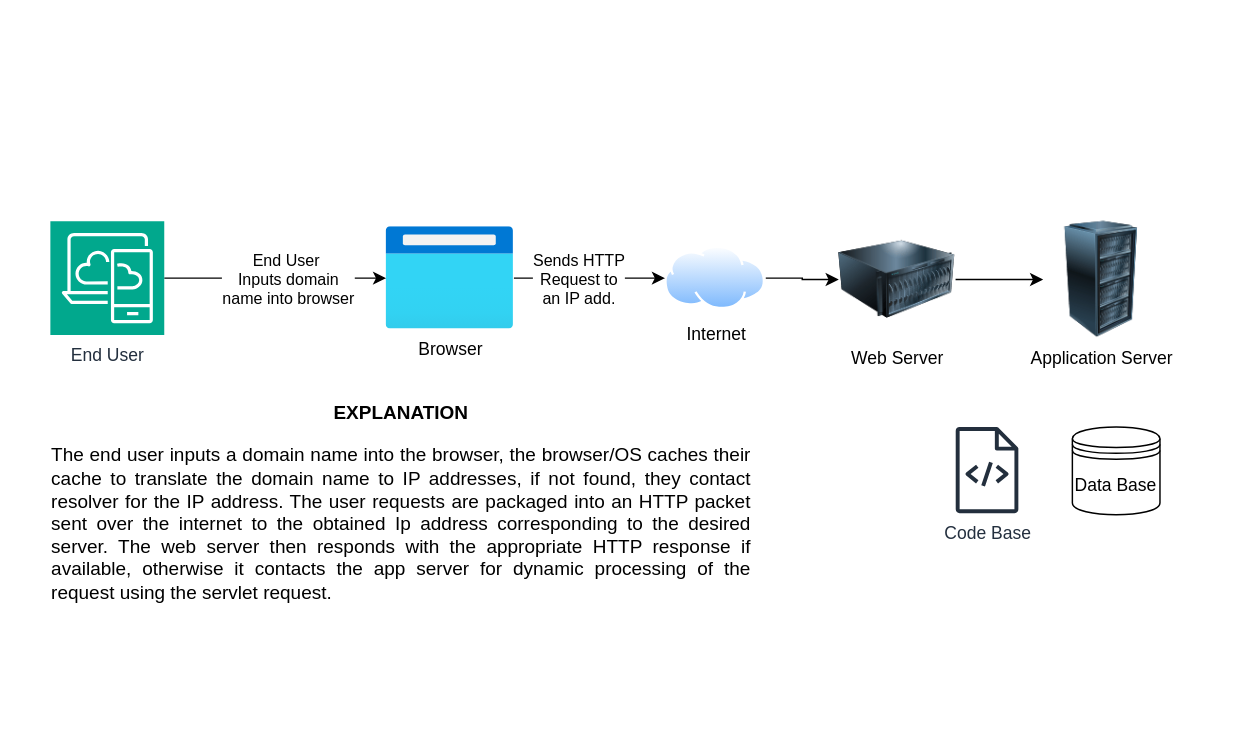
Earlier version of the draw.io diagram web_static/HBnB Infrastructure Design.drawio (Usool-Data-Science/AirBnB_clone). Source tidied: cells renumbered, new cells numbered last; positions are measured from the earlier drawing's top-left corner, leaving out a move shared by most shapes. Both pictures are drawn from the tidied source at 146%, with x=0, y=0 at pixel (50, 220).
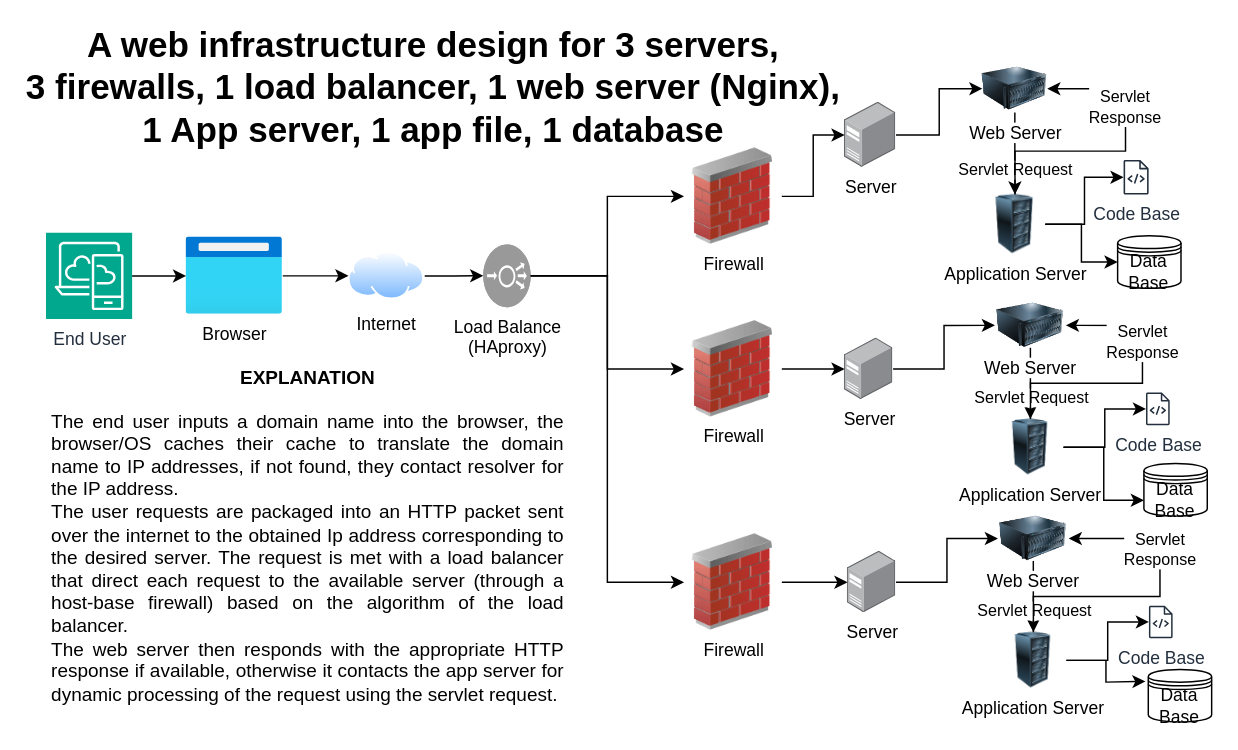
After the change.

Change to the diagram source:
```diff
@@
+    <mxCell id="15" value="&lt;h3 style=&quot;&quot;&gt;&lt;span style=&quot;background-color: initial;&quot;&gt;&lt;font style=&quot;font-size: 13px;&quot;&gt;EXPLANATION&lt;/font&gt;&lt;/span&gt;&lt;/h3&gt;&lt;div style=&quot;text-align: justify;&quot;&gt;&lt;span style=&quot;background-color: initial;&quot;&gt;&lt;font style=&quot;font-size: 13px;&quot;&gt;The end user inputs a domain name into the browser, the browser/OS caches their cache to translate the domain name to IP addresses, if not found, they contact resolver for the IP address.&amp;nbsp;&lt;/font&gt;&lt;/span&gt;&lt;/div&gt;&lt;div style=&quot;text-align: justify;&quot;&gt;&lt;span style=&quot;background-color: initial;&quot;&gt;&lt;font style=&quot;font-size: 13px;&quot;&gt;The user requests are packaged into an HTTP packet sent over the internet to the obtained Ip address corresponding to the desired server. The request is met with a load balancer that direct each request to the available server (through a host-base firewall) based on the algorithm of the load balancer.&lt;/font&gt;&lt;/span&gt;&lt;/div&gt;&lt;div style=&quot;text-align: justify;&quot;&gt;&lt;span style=&quot;background-color: initial;&quot;&gt;&lt;font style=&quot;font-size: 13px;&quot;&gt;The web server then responds with the appropriate HTTP response if available, otherwise it contacts the app server for dynamic processing of the request using the servlet request.&lt;/font&gt;&lt;/span&gt;&lt;/div&gt;" style="text;html=1;align=center;verticalAlign=middle;whiteSpace=wrap;rounded=0;" parent="1" vertex="1">
+      <mxGeometry y="120" width="353" height="175" as="geometry" />
+    </mxCell>
+    <mxCell id="16" value="A web infrastructure design for 3 servers,&lt;br&gt;3 firewalls,&amp;nbsp;1 load balancer,&amp;nbsp;1 web server (Nginx),&lt;br&gt;1 App server,&amp;nbsp;1 app file, 1 database" style="text;strokeColor=none;fillColor=none;html=1;fontSize=24;fontStyle=1;verticalAlign=middle;align=center;" parent="1" vertex="1">
+      <mxGeometry x="192" y="-111" width="139" height="40" as="geometry" />
+    </mxCell>
+    <mxCell id="17" style="group;" parent="1" vertex="1">
+      <mxGeometry x="544" y="-107" width="230.4" height="153" as="geometry" />
+    </mxCell>
+    <mxCell id="18" value="Server" style="image;points=[];html=1;align=center;shadow=0;dashed=0;image=img/lib/allied_telesis/computer_and_terminals/Server_Desktop.svg;" parent="17" vertex="1">
+      <mxGeometry y="25.6" width="35.2" height="44.7" as="geometry" />
+    </mxCell>
+    <mxCell id="19" style="group;" parent="17" vertex="1">
+      <mxGeometry x="94.4" width="136" height="153" as="geometry" />
+    </mxCell>
+    <mxCell id="20" value="Application Server" style="image;html=1;image=img/lib/clip_art/computers/Server_Rack_128x128.png;" parent="19" vertex="1">
+      <mxGeometry x="1.5" y="88.7" width="41.5" height="40.8" as="geometry" />
+    </mxCell>
+    <mxCell id="21" style="edgeStyle=orthogonalEdgeStyle;rounded=0;jettySize=auto;html=1;" parent="19" edge="1" source="23" target="20">
+      <mxGeometry relative="1" as="geometry" />
+    </mxCell>
+    <mxCell id="22" value="Servlet Request" style="edgeLabel;html=1;align=center;verticalAlign=middle;" parent="21" vertex="1">
+      <mxGeometry x="0.38" relative="1" as="geometry" />
+    </mxCell>
+    <mxCell id="23" value="Web Server" style="image;html=1;image=img/lib/clip_art/computers/Server_128x128.png;" parent="19" vertex="1">
+      <mxGeometry width="44.4" height="32.5" as="geometry" />
+    </mxCell>
+    <mxCell id="24" style="edgeStyle=orthogonalEdgeStyle;rounded=0;jettySize=auto;html=1;entryX=1;entryY=0.5;entryDx=0;entryDy=0;" parent="19" edge="1" source="20" target="23">
+      <mxGeometry relative="1" as="geometry">
+        <Array as="points">
+          <mxPoint x="22" y="59" />
+          <mxPoint x="98" y="59" />
+          <mxPoint x="98" y="16" />
+        </Array>
+      </mxGeometry>
+    </mxCell>
+    <mxCell id="25" value="Servlet&lt;br&gt;Response" style="edgeLabel;html=1;align=center;verticalAlign=middle;" parent="24" vertex="1">
+      <mxGeometry x="0.35" y="1" relative="1" as="geometry" />
+    </mxCell>
+    <mxCell id="26" value="Data Base" style="shape=datastore;whiteSpace=wrap;html=1;" parent="19" vertex="1">
+      <mxGeometry x="92.6" y="117" width="43.4" height="36" as="geometry" />
+    </mxCell>
+    <mxCell id="27" style="edgeStyle=orthogonalEdgeStyle;rounded=0;jettySize=auto;html=1;entryX=0;entryY=0.5;entryDx=0;entryDy=0;" parent="19" edge="1" source="20" target="26">
+      <mxGeometry relative="1" as="geometry" />
+    </mxCell>
+    <mxCell id="28" value="Code Base" style="sketch=0;outlineConnect=0;fontColor=#232F3E;gradientColor=none;fillColor=#232F3D;strokeColor=none;dashed=0;verticalLabelPosition=bottom;verticalAlign=top;align=center;html=1;fontSize=12;fontStyle=0;shape=mxgraph.aws4.source_code;" parent="19" vertex="1">
+      <mxGeometry x="96.6" y="65.1" width="17.3" height="23.6" as="geometry" />
+    </mxCell>
+    <mxCell id="29" style="edgeStyle=orthogonalEdgeStyle;rounded=0;jettySize=auto;html=1;" parent="19" edge="1" source="20" target="28">
+      <mxGeometry relative="1" as="geometry" />
+    </mxCell>
+    <mxCell id="30" style="edgeStyle=orthogonalEdgeStyle;rounded=0;jettySize=auto;html=1;entryX=0;entryY=0.5;entryDx=0;entryDy=0;" parent="17" edge="1" source="18" target="23">
+      <mxGeometry relative="1" as="geometry" />
+    </mxCell>
+    <mxCell id="31" style="group;" parent="1" vertex="1">
+      <mxGeometry x="546" y="202" width="226" height="118" as="geometry" />
+    </mxCell>
+    <mxCell id="32" value="Server" style="image;points=[];html=1;align=center;shadow=0;dashed=0;image=img/lib/allied_telesis/computer_and_terminals/Server_Desktop.svg;" parent="31" vertex="1">
+      <mxGeometry y="24.2" width="33.2" height="42.1" as="geometry" />
+    </mxCell>
+    <mxCell id="33" style="group;" parent="31" vertex="1">
+      <mxGeometry x="103" width="123" height="118" as="geometry" />
+    </mxCell>
+    <mxCell id="34" value="Application Server" style="image;html=1;image=img/lib/clip_art/computers/Server_Rack_128x128.png;" parent="33" vertex="1">
+      <mxGeometry x="1.6" y="79.5" width="45.3" height="38.5" as="geometry" />
+    </mxCell>
+    <mxCell id="35" style="edgeStyle=orthogonalEdgeStyle;rounded=0;jettySize=auto;html=1;" parent="33" edge="1" source="37" target="34">
+      <mxGeometry relative="1" as="geometry" />
+    </mxCell>
+    <mxCell id="36" value="Servlet Request" style="edgeLabel;html=1;align=center;verticalAlign=middle;" parent="35" vertex="1">
+      <mxGeometry x="0.38" relative="1" as="geometry" />
+    </mxCell>
+    <mxCell id="37" value="Web Server" style="image;html=1;image=img/lib/clip_art/computers/Server_128x128.png;" parent="33" vertex="1">
+      <mxGeometry width="48.5" height="30.7" as="geometry" />
+    </mxCell>
+    <mxCell id="38" style="edgeStyle=orthogonalEdgeStyle;rounded=0;jettySize=auto;html=1;entryX=1;entryY=0.5;entryDx=0;entryDy=0;" parent="33" edge="1" source="34" target="37">
+      <mxGeometry relative="1" as="geometry">
+        <Array as="points">
+          <mxPoint x="24" y="55" />
+          <mxPoint x="111" y="55" />
+          <mxPoint x="111" y="15" />
+        </Array>
+      </mxGeometry>
+    </mxCell>
+    <mxCell id="39" value="Servlet&lt;br&gt;Response" style="edgeLabel;html=1;align=center;verticalAlign=middle;" parent="38" vertex="1">
+      <mxGeometry x="0.35" y="1" relative="1" as="geometry" />
+    </mxCell>
+    <mxCell id="40" style="edgeStyle=orthogonalEdgeStyle;rounded=0;jettySize=auto;html=1;entryX=0;entryY=0.5;entryDx=0;entryDy=0;" parent="33" edge="1" source="34">
+      <mxGeometry relative="1" as="geometry">
+        <mxPoint x="101.1" y="113.2" as="targetPoint" />
+      </mxGeometry>
+    </mxCell>
+    <mxCell id="41" value="Code Base" style="sketch=0;outlineConnect=0;fontColor=#232F3E;gradientColor=none;fillColor=#232F3D;strokeColor=none;dashed=0;verticalLabelPosition=bottom;verticalAlign=top;align=center;html=1;fontSize=12;fontStyle=0;shape=mxgraph.aws4.source_code;" parent="33" vertex="1">
+      <mxGeometry x="103.4" y="61.4" width="16.3" height="22.3" as="geometry" />
+    </mxCell>
+    <mxCell id="42" style="edgeStyle=orthogonalEdgeStyle;rounded=0;jettySize=auto;html=1;" parent="33" edge="1" source="34" target="41">
+      <mxGeometry relative="1" as="geometry" />
+    </mxCell>
+    <mxCell id="43" style="edgeStyle=orthogonalEdgeStyle;rounded=0;jettySize=auto;html=1;entryX=0;entryY=0.5;entryDx=0;entryDy=0;" parent="31" edge="1" source="32" target="37">
+      <mxGeometry relative="1" as="geometry" />
+    </mxCell>
+    <mxCell id="44" style="group;" parent="1" vertex="1">
+      <mxGeometry x="544" y="56" width="226" height="118" as="geometry" />
+    </mxCell>
+    <mxCell id="45" value="Server" style="image;points=[];html=1;align=center;shadow=0;dashed=0;image=img/lib/allied_telesis/computer_and_terminals/Server_Desktop.svg;" parent="44" vertex="1">
+      <mxGeometry y="24.2" width="33.2" height="42.1" as="geometry" />
+    </mxCell>
+    <mxCell id="46" style="group;" parent="44" vertex="1">
+      <mxGeometry x="103" width="123" height="118" as="geometry" />
+    </mxCell>
+    <mxCell id="47" value="Application Server" style="image;html=1;image=img/lib/clip_art/computers/Server_Rack_128x128.png;" parent="46" vertex="1">
+      <mxGeometry x="1.6" y="79.5" width="45.3" height="38.5" as="geometry" />
+    </mxCell>
+    <mxCell id="48" style="edgeStyle=orthogonalEdgeStyle;rounded=0;jettySize=auto;html=1;" parent="46" edge="1" source="50" target="47">
+      <mxGeometry relative="1" as="geometry" />
+    </mxCell>
+    <mxCell id="49" value="Servlet Request" style="edgeLabel;html=1;align=center;verticalAlign=middle;" parent="48" vertex="1">
+      <mxGeometry x="0.38" relative="1" as="geometry" />
+    </mxCell>
+    <mxCell id="50" value="Web Server" style="image;html=1;image=img/lib/clip_art/computers/Server_128x128.png;" parent="46" vertex="1">
+      <mxGeometry width="48.5" height="30.7" as="geometry" />
+    </mxCell>
+    <mxCell id="51" style="edgeStyle=orthogonalEdgeStyle;rounded=0;jettySize=auto;html=1;entryX=1;entryY=0.5;entryDx=0;entryDy=0;" parent="46" edge="1" source="47" target="50">
+      <mxGeometry relative="1" as="geometry">
+        <Array as="points">
+          <mxPoint x="24" y="55" />
+          <mxPoint x="101" y="55" />
+          <mxPoint x="101" y="15" />
+        </Array>
+      </mxGeometry>
+    </mxCell>
+    <mxCell id="52" value="Servlet&lt;br&gt;Response" style="edgeLabel;html=1;align=center;verticalAlign=middle;" parent="51" vertex="1">
+      <mxGeometry x="0.35" y="1" relative="1" as="geometry" />
+    </mxCell>
+    <mxCell id="53" value="Code Base" style="sketch=0;outlineConnect=0;fontColor=#232F3E;gradientColor=none;fillColor=#232F3D;strokeColor=none;dashed=0;verticalLabelPosition=bottom;verticalAlign=top;align=center;html=1;fontSize=12;fontStyle=0;shape=mxgraph.aws4.source_code;" parent="46" vertex="1">
+      <mxGeometry x="103.4" y="61.4" width="16.3" height="22.3" as="geometry" />
+    </mxCell>
+    <mxCell id="54" style="edgeStyle=orthogonalEdgeStyle;rounded=0;jettySize=auto;html=1;" parent="46" edge="1" source="47" target="53">
+      <mxGeometry relative="1" as="geometry" />
+    </mxCell>
+    <mxCell id="55" style="edgeStyle=orthogonalEdgeStyle;rounded=0;jettySize=auto;html=1;entryX=0;entryY=0.5;entryDx=0;entryDy=0;" parent="44" edge="1" source="45" target="50">
+      <mxGeometry relative="1" as="geometry" />
+    </mxCell>
+    <mxCell id="56" style="group;" parent="1" vertex="1">
+      <mxGeometry x="-3" y="8" width="332" height="78" as="geometry" />
+    </mxCell>
+    <mxCell id="4" value="End User" style="sketch=0;points=[[0,0,0],[0.25,0,0],[0.5,0,0],[0.75,0,0],[1,0,0],[0,1,0],[0.25,1,0],[0.5,1,0],[0.75,1,0],[1,1,0],[0,0.25,0],[0,0.5,0],[0,0.75,0],[1,0.25,0],[1,0.5,0],[1,0.75,0]];outlineConnect=0;fontColor=#232F3E;fillColor=#01A88D;strokeColor=#ffffff;dashed=0;verticalLabelPosition=bottom;verticalAlign=top;align=center;html=1;fontSize=12;fontStyle=0;shape=mxgraph.aws4.resourceIcon;resIcon=mxgraph.aws4.desktop_and_app_streaming;" parent="56" vertex="1">
+      <mxGeometry width="59" height="59" as="geometry" />
+    </mxCell>
+    <mxCell id="57" style="group;" parent="56" vertex="1">
+      <mxGeometry x="96" y="3" width="236" height="70" as="geometry" />
+    </mxCell>
+    <mxCell id="9" value="Browser" style="image;html=1;points=[];align=center;fontSize=12;image=img/lib/azure2/general/Browser.svg;" parent="57" vertex="1">
+      <mxGeometry width="66.2" height="52.9" as="geometry" />
+    </mxCell>
+    <mxCell id="58" style="group;" parent="57" vertex="1">
+      <mxGeometry x="111.2" y="13.2" width="124.8" height="43.5" as="geometry" />
+    </mxCell>
+    <mxCell id="6" value="Internet" style="image;perimeter=ellipsePerimeter;html=1;align=center;shadow=0;dashed=0;spacingTop=3;image=img/lib/active_directory/internet_cloud.svg;" parent="58" vertex="1">
+      <mxGeometry y="-3.2" width="52.2" height="32.9" as="geometry" />
+    </mxCell>
+    <mxCell id="59" value="Load Balance&lt;br&gt;(HAproxy)" style="fillColor=#999999;verticalLabelPosition=bottom;sketch=0;html=1;strokeColor=#ffffff;verticalAlign=top;align=center;points=[[0.145,0.145,0],[0.5,0,0],[0.855,0.145,0],[1,0.5,0],[0.855,0.855,0],[0.5,1,0],[0.145,0.855,0],[0,0.5,0]];shape=mxgraph.cisco_safe.compositeIcon;bgIcon=ellipse;resIcon=mxgraph.cisco_safe.capability.load_balancer;" parent="58" vertex="1">
+      <mxGeometry x="92.3" y="-8.3" width="32.5" height="43" as="geometry" />
+    </mxCell>
+    <mxCell id="60" style="edgeStyle=orthogonalEdgeStyle;rounded=0;jettySize=auto;html=1;" parent="58" edge="1" source="6" target="59">
+      <mxGeometry relative="1" as="geometry" />
+    </mxCell>
+    <mxCell id="7" style="edgeStyle=orthogonalEdgeStyle;rounded=0;jettySize=auto;html=1;" parent="57" edge="1" source="9" target="6">
+      <mxGeometry relative="1" as="geometry" />
+    </mxCell>
-    <mxCell id="2" style="edgeStyle=orthogonalEdgeStyle;rounded=0;jettySize=auto;html=1;" parent="1" edge="1" source="4" target="9">
+    <mxCell id="2" style="edgeStyle=orthogonalEdgeStyle;rounded=0;jettySize=auto;html=1;" parent="56" edge="1" source="4" target="9">
       <mxGeometry relative="1" as="geometry" />
     </mxCell>
-    <mxCell id="3" value="End User&amp;nbsp;&lt;br&gt;Inputs domain&lt;br&gt;name into browser" style="edgeLabel;html=1;align=center;verticalAlign=middle;" parent="2" vertex="1">
-      <mxGeometry x="0.1" relative="1" as="geometry" />
-    </mxCell>
-    <mxCell id="4" value="End User" style="sketch=0;points=[[0,0,0],[0.25,0,0],[0.5,0,0],[0.75,0,0],[1,0,0],[0,1,0],[0.25,1,0],[0.5,1,0],[0.75,1,0],[1,1,0],[0,0.25,0],[0,0.5,0],[0,0.75,0],[1,0.25,0],[1,0.5,0],[1,0.75,0]];outlineConnect=0;fontColor=#232F3E;fillColor=#01A88D;strokeColor=#ffffff;dashed=0;verticalLabelPosition=bottom;verticalAlign=top;align=center;html=1;fontSize=12;fontStyle=0;shape=mxgraph.aws4.resourceIcon;resIcon=mxgraph.aws4.desktop_and_app_streaming;" parent="1" vertex="1">
-      <mxGeometry width="78" height="78" as="geometry" />
-    </mxCell>
-    <mxCell id="5" style="edgeStyle=orthogonalEdgeStyle;rounded=0;jettySize=auto;html=1;" parent="1" edge="1" source="6" target="12">
-      <mxGeometry relative="1" as="geometry" />
-    </mxCell>
-    <mxCell id="6" value="Internet" style="image;perimeter=ellipsePerimeter;html=1;align=center;shadow=0;dashed=0;spacingTop=3;image=img/lib/active_directory/internet_cloud.svg;" parent="1" vertex="1">
-      <mxGeometry x="421" y="17.2" width="69" height="43.5" as="geometry" />
-    </mxCell>
-    <mxCell id="7" style="edgeStyle=orthogonalEdgeStyle;rounded=0;jettySize=auto;html=1;" parent="1" edge="1" source="9" target="6">
-      <mxGeometry relative="1" as="geometry" />
-    </mxCell>
-    <mxCell id="8" value="Sends HTTP&lt;br&gt;Request to&lt;br&gt;an IP add." style="edgeLabel;html=1;align=center;verticalAlign=middle;" parent="7" vertex="1">
-      <mxGeometry x="-0.16" relative="1" as="geometry">
-        <mxPoint x="1" as="offset" />
-      </mxGeometry>
-    </mxCell>
-    <mxCell id="9" value="Browser" style="image;html=1;points=[];align=center;fontSize=12;image=img/lib/azure2/general/Browser.svg;" parent="1" vertex="1">
-      <mxGeometry x="230" y="4" width="87.5" height="70" as="geometry" />
-    </mxCell>
-    <mxCell id="10" value="Application Server" style="image;html=1;image=img/lib/clip_art/computers/Server_Rack_128x128.png;" parent="1" vertex="1">
-      <mxGeometry x="680" width="80" height="80" as="geometry" />
-    </mxCell>
-    <mxCell id="11" style="edgeStyle=orthogonalEdgeStyle;rounded=0;jettySize=auto;html=1;" parent="1" edge="1" source="12" target="10">
-      <mxGeometry relative="1" as="geometry" />
-    </mxCell>
-    <mxCell id="12" value="Web Server" style="image;html=1;image=img/lib/clip_art/computers/Server_128x128.png;" parent="1" vertex="1">
-      <mxGeometry x="540" width="80" height="80" as="geometry" />
-    </mxCell>
-    <mxCell id="13" value="Data Base" style="shape=datastore;whiteSpace=wrap;html=1;" parent="1" vertex="1">
-      <mxGeometry x="700" y="141" width="60" height="60" as="geometry" />
-    </mxCell>
-    <mxCell id="14" value="Code Base" style="sketch=0;fontColor=#232F3E;gradientColor=none;fillColor=#232F3D;strokeColor=none;dashed=0;verticalLabelPosition=bottom;verticalAlign=top;align=center;html=1;fontSize=12;fontStyle=0;shape=mxgraph.aws4.source_code;" parent="1" vertex="1">
-      <mxGeometry x="620" y="141" width="43.1" height="59" as="geometry" />
-    </mxCell>
-    <mxCell id="15" value="&lt;h3 style=&quot;&quot;&gt;&lt;span style=&quot;background-color: initial;&quot;&gt;&lt;font style=&quot;font-size: 13px;&quot;&gt;EXPLANATION&lt;/font&gt;&lt;/span&gt;&lt;/h3&gt;&lt;div style=&quot;text-align: justify;&quot;&gt;&lt;span style=&quot;background-color: initial;&quot;&gt;&lt;font style=&quot;font-size: 13px;&quot;&gt;The end user inputs a domain name into the browser, the browser/OS caches their cache to translate the domain name to IP addresses, if not found, they contact resolver for the IP address. The user requests are packaged into an HTTP packet sent over the internet to the obtained Ip address corresponding to the desired server. The web server then responds with the appropriate HTTP response if available, otherwise it contacts the app server for dynamic processing of the request using the servlet request.&lt;/font&gt;&lt;/span&gt;&lt;/div&gt;" style="text;html=1;align=center;verticalAlign=middle;whiteSpace=wrap;rounded=0;" parent="1" vertex="1">
-      <mxGeometry y="120" width="481" height="130" as="geometry" />
-    </mxCell>
+    <mxCell id="61" style="edgeStyle=orthogonalEdgeStyle;rounded=0;jettySize=auto;html=1;" parent="1" edge="1" source="62" target="32">
+      <mxGeometry relative="1" as="geometry" />
+    </mxCell>
+    <mxCell id="62" value="Firewall" style="image;html=1;image=img/lib/clip_art/networking/Firewall_02_128x128.png;" parent="1" vertex="1">
+      <mxGeometry x="434" y="214.3" width="67" height="66" as="geometry" />
+    </mxCell>
+    <mxCell id="63" style="edgeStyle=orthogonalEdgeStyle;rounded=0;jettySize=auto;html=1;" parent="1" edge="1" source="64" target="45">
+      <mxGeometry relative="1" as="geometry" />
+    </mxCell>
+    <mxCell id="64" value="Firewall" style="image;html=1;image=img/lib/clip_art/networking/Firewall_02_128x128.png;" parent="1" vertex="1">
+      <mxGeometry x="434" y="68.3" width="67" height="66" as="geometry" />
+    </mxCell>
+    <mxCell id="65" style="edgeStyle=orthogonalEdgeStyle;rounded=0;jettySize=auto;html=1;" parent="1" edge="1" source="66" target="18">
+      <mxGeometry relative="1" as="geometry" />
+    </mxCell>
+    <mxCell id="66" value="Firewall" style="image;html=1;image=img/lib/clip_art/networking/Firewall_02_128x128.png;" parent="1" vertex="1">
+      <mxGeometry x="434" y="-50" width="67" height="66" as="geometry" />
+    </mxCell>
+    <mxCell id="67" style="edgeStyle=orthogonalEdgeStyle;rounded=0;jettySize=auto;html=1;entryX=0;entryY=0.5;entryDx=0;entryDy=0;" parent="1" edge="1" source="59" target="66">
+      <mxGeometry relative="1" as="geometry" />
+    </mxCell>
+    <mxCell id="68" style="edgeStyle=orthogonalEdgeStyle;rounded=0;jettySize=auto;html=1;entryX=0;entryY=0.5;entryDx=0;entryDy=0;" parent="1" edge="1" source="59" target="64">
+      <mxGeometry relative="1" as="geometry" />
+    </mxCell>
+    <mxCell id="69" style="edgeStyle=orthogonalEdgeStyle;rounded=0;jettySize=auto;html=1;entryX=0;entryY=0.5;entryDx=0;entryDy=0;" parent="1" edge="1" source="59" target="62">
+      <mxGeometry relative="1" as="geometry" />
+    </mxCell>
+    <mxCell id="70" value="Data Base" style="shape=datastore;whiteSpace=wrap;html=1;" parent="1" vertex="1">
+      <mxGeometry x="749" y="166" width="43.4" height="36" as="geometry" />
+    </mxCell>
+    <mxCell id="71" value="Data Base" style="shape=datastore;whiteSpace=wrap;html=1;" parent="1" vertex="1">
+      <mxGeometry x="752" y="307" width="43.4" height="36" as="geometry" />
+    </mxCell>
+    <mxCell id="72" style="edgeStyle=orthogonalEdgeStyle;rounded=0;jettySize=auto;html=1;entryX=0;entryY=0.7;entryDx=0;entryDy=0;" parent="1" edge="1" source="47" target="70">
+      <mxGeometry relative="1" as="geometry" />
+    </mxCell>
```
